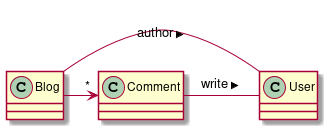
Above: img/Model.png in javargas1098/parcialPDSW2 (PlantUML), before the change. Source of this version:
```plantuml
@startuml
Blog -right-> "*" Comment
	Comment - User : write >
	Blog - User : author >
@enduml
```
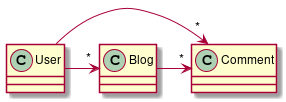
Later version of the same file.

The edit, as a diff of the source:
```diff
@@ -1,5 +1,5 @@
 @startuml
 Blog -right-> "*" Comment
-	Comment - User : write >
-	Blog - User : author >
+User -> "*" Comment
+User -> "*" Blog
 @enduml
```
